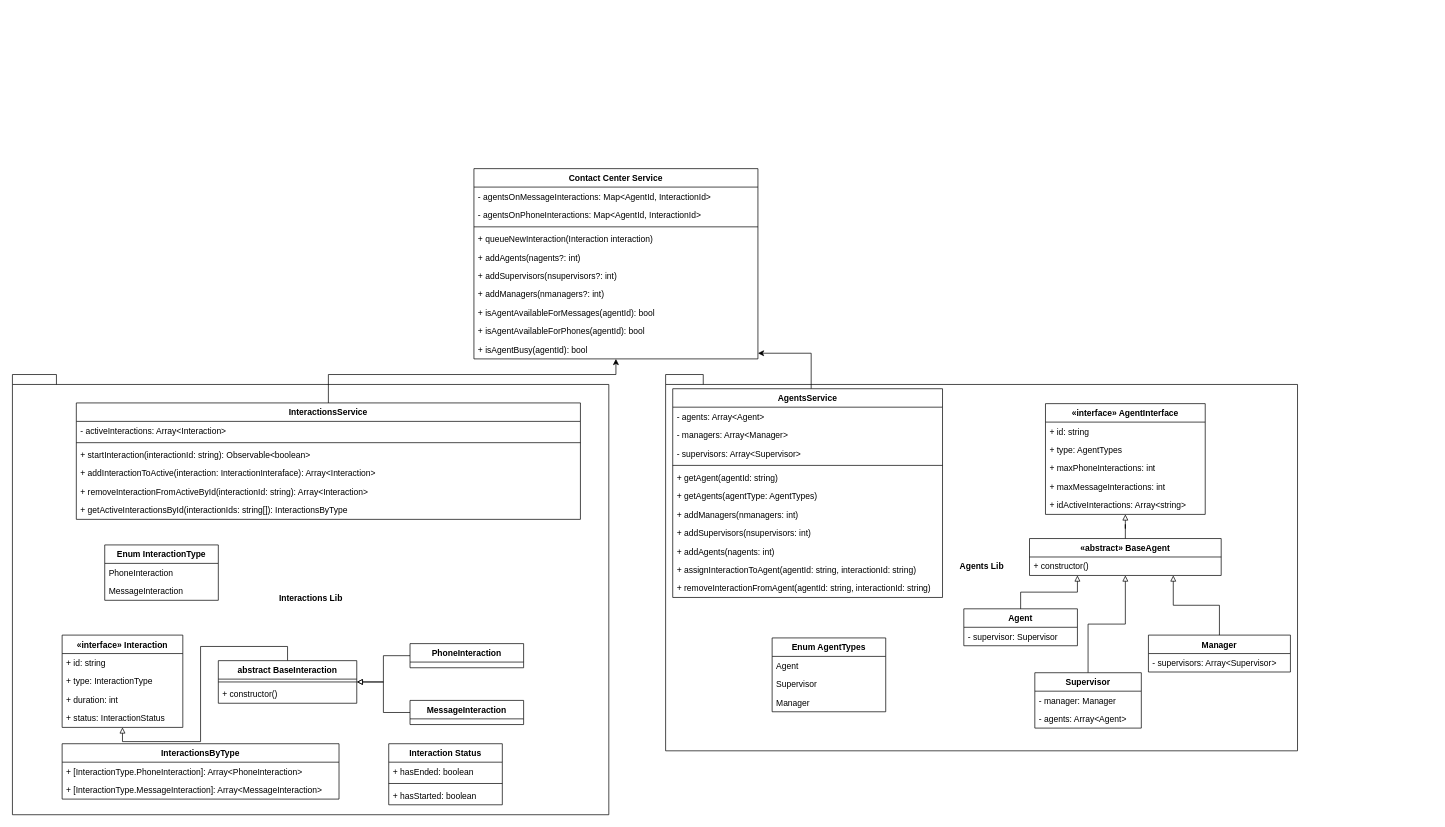
Earlier version of the draw.io diagram page "Classes" (1 of 2) of Vonage-Challenge.drawio (dvelluto/vonage-challenge). Source tidied: cells renumbered, new cells numbered last; positions are measured from the earlier drawing's top-left corner, leaving out a move shared by most shapes. Both pictures are drawn from the tidied source at 71%, with x=0, y=0 at pixel (12, 168).
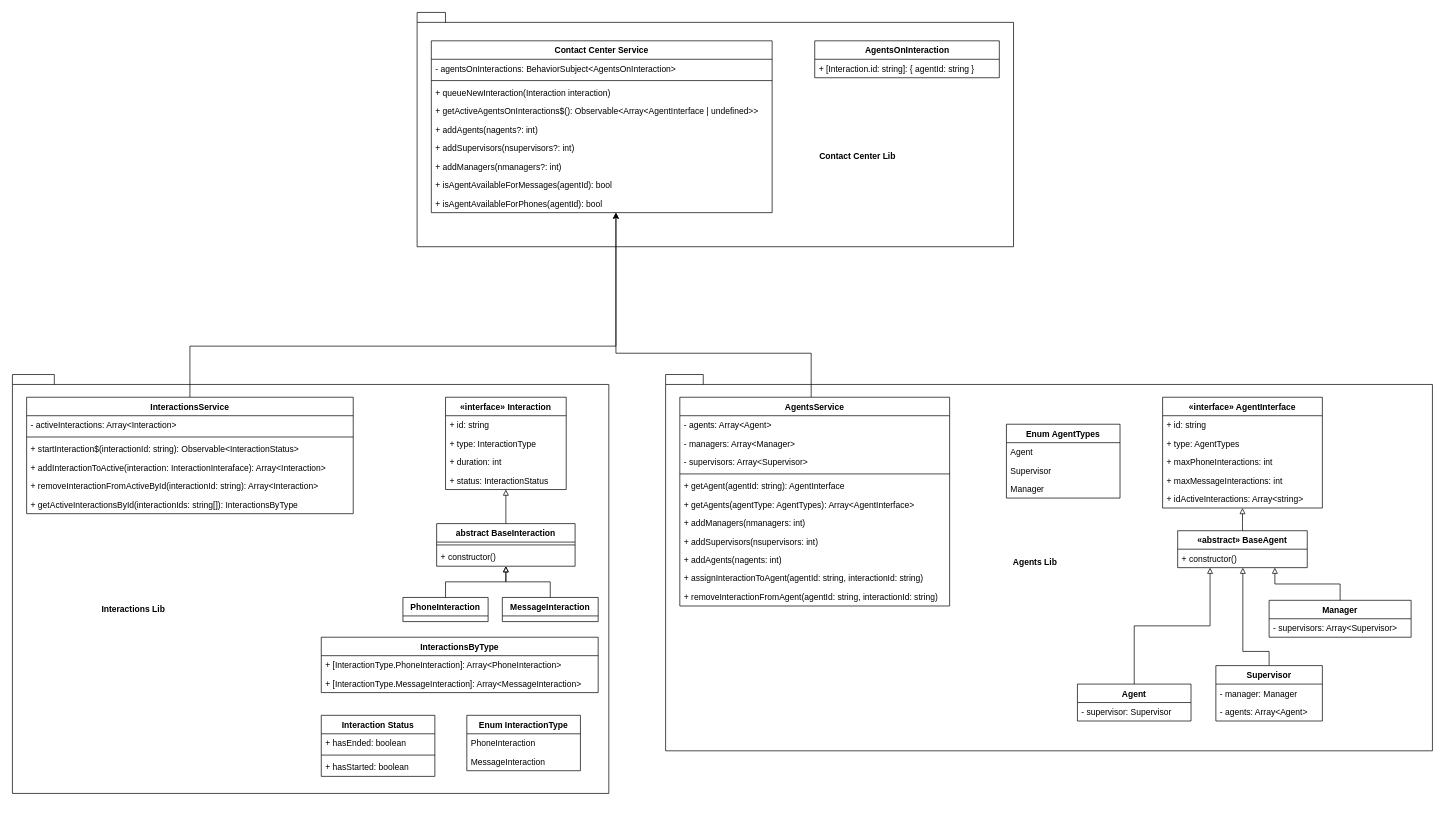
The same page after the edit.

Commit message (it also covers changes not shown here):
11#: fix dependency injection issue with services and modules, fix subscription tests, clean up diagram

Diff of the diagram source:
```diff
@@
+    <mxCell id="82" style="shape=folder;fontStyle=1;spacingTop=10;tabWidth=40;tabHeight=14;tabPosition=left;html=1;" parent="1" vertex="1">
+      <mxGeometry x="570" y="-220" width="840" height="330" as="geometry" />
+    </mxCell>
-    <mxCell id="2" value="Agents Lib" style="shape=folder;fontStyle=1;spacingTop=10;tabWidth=40;tabHeight=14;tabPosition=left;html=1;" parent="1" vertex="1">
-      <mxGeometry x="920" y="290" width="890" height="530" as="geometry" />
+    <mxCell id="2" style="shape=folder;fontStyle=1;spacingTop=10;tabWidth=40;tabHeight=14;tabPosition=left;html=1;" parent="1" vertex="1">
+      <mxGeometry x="920" y="290" width="1080" height="530" as="geometry" />
     </mxCell>
-    <mxCell id="3" value="Interactions Lib" style="shape=folder;fontStyle=1;spacingTop=10;tabWidth=40;tabHeight=14;tabPosition=left;html=1;" parent="1" vertex="1">
-      <mxGeometry y="290" width="840" height="620" as="geometry" />
+    <mxCell id="3" style="shape=folder;fontStyle=1;spacingTop=10;tabWidth=40;tabHeight=14;tabPosition=left;html=1;" parent="1" vertex="1">
+      <mxGeometry y="290" width="840" height="590" as="geometry" />
     </mxCell>
@@
     <mxCell id="5" value="MessageInteraction" style="swimlane;fontStyle=1;align=center;verticalAlign=top;horizontal=1;startSize=26;" parent="1" vertex="1">
-      <mxGeometry x="560" y="749" width="160" height="34" as="geometry" />
+      <mxGeometry x="690" y="604" width="135" height="34" as="geometry" />
     </mxCell>
@@
     <mxCell id="7" value="PhoneInteraction" style="swimlane;fontStyle=1;align=center;verticalAlign=top;horizontal=1;startSize=26;" parent="1" vertex="1">
-      <mxGeometry x="560" y="669" width="160" height="34" as="geometry" />
+      <mxGeometry x="550" y="604" width="120" height="34" as="geometry" />
     </mxCell>
     <mxCell id="8" value="Agent" style="swimlane;fontStyle=1;align=center;verticalAlign=top;horizontal=1;startSize=26;" parent="1" vertex="1">
-      <mxGeometry x="1340" y="620" width="160" height="52" as="geometry" />
+      <mxGeometry x="1500" y="726" width="160" height="52" as="geometry" />
     </mxCell>
@@
-    <mxCell id="10" style="edgeStyle=orthogonalEdgeStyle;rounded=0;jettySize=auto;html=1;exitX=0.5;exitY=0;exitDx=0;exitDy=0;startArrow=none;startFill=0;endArrow=block;endFill=0;" parent="1" edge="1" source="11" target="18">
-      <mxGeometry relative="1" as="geometry" />
+    <mxCell id="10" style="edgeStyle=orthogonalEdgeStyle;rounded=0;jettySize=auto;html=1;exitX=0.5;exitY=0;exitDx=0;exitDy=0;endArrow=block;endFill=0;" parent="1" edge="1" source="11" target="18">
+      <mxGeometry relative="1" as="geometry">
+        <Array as="points">
+          <mxPoint x="1770" y="680" />
+          <mxPoint x="1733" y="680" />
+        </Array>
+      </mxGeometry>
     </mxCell>
     <mxCell id="11" value="Supervisor" style="swimlane;fontStyle=1;align=center;verticalAlign=top;horizontal=1;startSize=26;" parent="1" vertex="1">
-      <mxGeometry x="1440" y="710" width="150" height="78" as="geometry" />
+      <mxGeometry x="1695" y="700" width="150" height="78" as="geometry" />
     </mxCell>
@@
     <mxCell id="14" value="Manager" style="swimlane;fontStyle=1;align=center;verticalAlign=top;horizontal=1;startSize=26;" parent="1" vertex="1">
-      <mxGeometry x="1600" y="657" width="200" height="52" as="geometry" />
+      <mxGeometry x="1770" y="608" width="200" height="52" as="geometry" />
     </mxCell>
@@
     <mxCell id="18" value="«abstract» BaseAgent" style="swimlane;fontStyle=1;align=center;verticalAlign=top;horizontal=1;startSize=26;" parent="1" vertex="1">
-      <mxGeometry x="1432.5" y="521" width="270" height="52" as="geometry" />
+      <mxGeometry x="1641.2" y="510" width="182.5" height="52" as="geometry" />
     </mxCell>
     <mxCell id="19" value="+ constructor()" style="text;strokeColor=none;fillColor=none;align=left;verticalAlign=top;spacingLeft=4;spacingRight=4;overflow=hidden;" parent="18" vertex="1">
-      <mxGeometry y="26" width="270" height="26" as="geometry" />
+      <mxGeometry y="26" width="182.5" height="26" as="geometry" />
     </mxCell>
@@
     <mxCell id="21" value="«interface» Interaction" style="swimlane;fontStyle=1;align=center;verticalAlign=top;horizontal=1;startSize=26;" parent="1" vertex="1">
-      <mxGeometry x="70" y="657" width="170" height="130" as="geometry" />
+      <mxGeometry x="610" y="322" width="170" height="130" as="geometry" />
     </mxCell>
@@
     <mxCell id="26" value="Contact Center Service" style="swimlane;fontStyle=1;align=center;verticalAlign=top;horizontal=1;startSize=26;" parent="1" vertex="1">
-      <mxGeometry x="650" width="400" height="268" as="geometry" />
+      <mxGeometry x="590" y="-180" width="480" height="242" as="geometry" />
     </mxCell>
-    <mxCell id="27" value="- agentsOnMessageInteractions: Map&lt;AgentId, InteractionId&gt;" style="text;strokeColor=none;fillColor=none;align=left;verticalAlign=top;spacingLeft=4;spacingRight=4;overflow=hidden;" parent="26" vertex="1">
-      <mxGeometry y="26" width="400" height="26" as="geometry" />
+    <mxCell id="27" value="- agentsOnInteractions: BehaviorSubject&lt;AgentsOnInteraction&gt;" style="text;strokeColor=none;fillColor=none;align=left;verticalAlign=top;spacingLeft=4;spacingRight=4;overflow=hidden;" parent="26" vertex="1">
+      <mxGeometry y="26" width="480" height="26" as="geometry" />
     </mxCell>
-    <mxCell id="28" value="- agentsOnPhoneInteractions: Map&lt;AgentId, InteractionId&gt;" style="text;strokeColor=none;fillColor=none;align=left;verticalAlign=top;spacingLeft=4;spacingRight=4;overflow=hidden;" parent="26" vertex="1">
-      <mxGeometry y="52" width="400" height="26" as="geometry" />
-    </mxCell>
     <mxCell id="29" style="line;strokeWidth=1;fillColor=none;align=left;verticalAlign=middle;spacingTop=-1;spacingLeft=3;spacingRight=3;labelPosition=right;" parent="26" vertex="1">
-      <mxGeometry y="78" width="400" height="8" as="geometry" />
+      <mxGeometry y="52" width="480" height="8" as="geometry" />
     </mxCell>
     <mxCell id="30" value="+ queueNewInteraction(Interaction interaction)" style="text;strokeColor=none;fillColor=none;align=left;verticalAlign=top;spacingLeft=4;spacingRight=4;overflow=hidden;" parent="26" vertex="1">
-      <mxGeometry y="86" width="400" height="26" as="geometry" />
+      <mxGeometry y="60" width="480" height="26" as="geometry" />
     </mxCell>
+    <mxCell id="83" value="+ getActiveAgentsOnInteractions$(): Observable&amp;lt;Array&amp;lt;AgentInterface | undefined&amp;gt;&amp;gt;" style="text;strokeColor=none;fillColor=none;align=left;verticalAlign=top;spacingLeft=4;spacingRight=4;overflow=hidden;html=1;" parent="26" vertex="1">
+      <mxGeometry y="86" width="480" height="26" as="geometry" />
+    </mxCell>
     <mxCell id="31" value="+ addAgents(nagents?: int)" style="text;strokeColor=none;fillColor=none;align=left;verticalAlign=top;spacingLeft=4;spacingRight=4;overflow=hidden;" parent="26" vertex="1">
-      <mxGeometry y="112" width="400" height="26" as="geometry" />
+      <mxGeometry y="112" width="480" height="26" as="geometry" />
     </mxCell>
     <mxCell id="32" value="+ addSupervisors(nsupervisors?: int)" style="text;strokeColor=none;fillColor=none;align=left;verticalAlign=top;spacingLeft=4;spacingRight=4;overflow=hidden;" parent="26" vertex="1">
-      <mxGeometry y="138" width="400" height="26" as="geometry" />
+      <mxGeometry y="138" width="480" height="26" as="geometry" />
     </mxCell>
     <mxCell id="33" value="+ addManagers(nmanagers?: int)" style="text;strokeColor=none;fillColor=none;align=left;verticalAlign=top;spacingLeft=4;spacingRight=4;overflow=hidden;" parent="26" vertex="1">
-      <mxGeometry y="164" width="400" height="26" as="geometry" />
+      <mxGeometry y="164" width="480" height="26" as="geometry" />
     </mxCell>
     <mxCell id="34" value="+ isAgentAvailableForMessages(agentId): bool" style="text;strokeColor=none;fillColor=none;align=left;verticalAlign=top;spacingLeft=4;spacingRight=4;overflow=hidden;" parent="26" vertex="1">
-      <mxGeometry y="190" width="400" height="26" as="geometry" />
+      <mxGeometry y="190" width="480" height="26" as="geometry" />
     </mxCell>
     <mxCell id="35" value="+ isAgentAvailableForPhones(agentId): bool" style="text;strokeColor=none;fillColor=none;align=left;verticalAlign=top;spacingLeft=4;spacingRight=4;overflow=hidden;" parent="26" vertex="1">
-      <mxGeometry y="216" width="400" height="26" as="geometry" />
+      <mxGeometry y="216" width="480" height="26" as="geometry" />
     </mxCell>
-    <mxCell id="36" value="+ isAgentBusy(agentId): bool" style="text;strokeColor=none;fillColor=none;align=left;verticalAlign=top;spacingLeft=4;spacingRight=4;overflow=hidden;" parent="26" vertex="1">
-      <mxGeometry y="242" width="400" height="26" as="geometry" />
-    </mxCell>
     <mxCell id="37" value="abstract BaseInteraction" style="swimlane;fontStyle=1;align=center;verticalAlign=top;horizontal=1;startSize=26;" parent="1" vertex="1">
-      <mxGeometry x="290" y="693" width="195" height="60" as="geometry" />
+      <mxGeometry x="597.5" y="500" width="195" height="60" as="geometry" />
     </mxCell>
@@
     <mxCell id="41" value="«interface» AgentInterface" style="swimlane;fontStyle=1;align=center;verticalAlign=top;horizontal=1;startSize=26;" parent="1" vertex="1">
-      <mxGeometry x="1455" y="331" width="225" height="156" as="geometry" />
+      <mxGeometry x="1620" y="322" width="225" height="156" as="geometry" />
     </mxCell>
@@
     <mxCell id="48" value="AgentsService" style="swimlane;fontStyle=1;align=center;verticalAlign=top;horizontal=1;startSize=26;" parent="1" vertex="1">
-      <mxGeometry x="930" y="310" width="380" height="294" as="geometry" />
+      <mxGeometry x="940" y="322" width="380" height="294" as="geometry" />
     </mxCell>
@@
-    <mxCell id="53" value="+ getAgent(agentId: string)" style="text;strokeColor=none;fillColor=none;align=left;verticalAlign=top;spacingLeft=4;spacingRight=4;overflow=hidden;" parent="48" vertex="1">
+    <mxCell id="53" value="+ getAgent(agentId: string): AgentInterface" style="text;strokeColor=none;fillColor=none;align=left;verticalAlign=top;spacingLeft=4;spacingRight=4;overflow=hidden;" parent="48" vertex="1">
       <mxGeometry y="112" width="380" height="26" as="geometry" />
     </mxCell>
-    <mxCell id="54" value="+ getAgents(agentType: AgentTypes)" style="text;strokeColor=none;fillColor=none;align=left;verticalAlign=top;spacingLeft=4;spacingRight=4;overflow=hidden;" parent="48" vertex="1">
+    <mxCell id="54" value="+ getAgents(agentType: AgentTypes): Array&lt;AgentInterface&gt;" style="text;strokeColor=none;fillColor=none;align=left;verticalAlign=top;spacingLeft=4;spacingRight=4;overflow=hidden;" parent="48" vertex="1">
       <mxGeometry y="138" width="380" height="26" as="geometry" />
     </mxCell>
@@
     <mxCell id="60" style="edgeStyle=orthogonalEdgeStyle;rounded=0;jettySize=auto;html=1;exitX=0.5;exitY=0;exitDx=0;exitDy=0;" parent="1" edge="1" source="61" target="26">
       <mxGeometry relative="1" as="geometry">
         <Array as="points">
-          <mxPoint x="445" y="290" />
-          <mxPoint x="850" y="290" />
+          <mxPoint x="250" y="250" />
+          <mxPoint x="850" y="250" />
         </Array>
       </mxGeometry>
     </mxCell>
     <mxCell id="61" value="InteractionsService" style="swimlane;fontStyle=1;align=center;verticalAlign=top;horizontal=1;startSize=26;" parent="1" vertex="1">
-      <mxGeometry x="90" y="330" width="710" height="164" as="geometry" />
+      <mxGeometry x="20" y="322" width="460" height="164" as="geometry" />
     </mxCell>
     <mxCell id="62" value="- activeInteractions: Array&lt;Interaction&gt;" style="text;strokeColor=none;fillColor=none;align=left;verticalAlign=top;spacingLeft=4;spacingRight=4;overflow=hidden;" parent="61" vertex="1">
-      <mxGeometry y="26" width="710" height="26" as="geometry" />
+      <mxGeometry y="26" width="460" height="26" as="geometry" />
     </mxCell>
     <mxCell id="63" style="line;strokeWidth=1;fillColor=none;align=left;verticalAlign=middle;spacingTop=-1;spacingLeft=3;spacingRight=3;labelPosition=right;" parent="61" vertex="1">
-      <mxGeometry y="52" width="710" height="8" as="geometry" />
+      <mxGeometry y="52" width="460" height="8" as="geometry" />
     </mxCell>
-    <mxCell id="64" value="+ startInteraction(interactionId: string): Observable&lt;boolean&gt;" style="text;strokeColor=none;fillColor=none;align=left;verticalAlign=top;spacingLeft=4;spacingRight=4;overflow=hidden;" parent="61" vertex="1">
-      <mxGeometry y="60" width="710" height="26" as="geometry" />
+    <mxCell id="64" value="+ startInteraction$(interactionId: string): Observable&lt;InteractionStatus&gt;" style="text;strokeColor=none;fillColor=none;align=left;verticalAlign=top;spacingLeft=4;spacingRight=4;overflow=hidden;" parent="61" vertex="1">
+      <mxGeometry y="60" width="460" height="26" as="geometry" />
     </mxCell>
     <mxCell id="65" value="+ addInteractionToActive(interaction: InteractionInteraface): Array&lt;Interaction&gt;" style="text;strokeColor=none;fillColor=none;align=left;verticalAlign=top;spacingLeft=4;spacingRight=4;overflow=hidden;" parent="61" vertex="1">
-      <mxGeometry y="86" width="710" height="26" as="geometry" />
+      <mxGeometry y="86" width="460" height="26" as="geometry" />
     </mxCell>
     <mxCell id="66" value="+ removeInteractionFromActiveById(interactionId: string): Array&lt;Interaction&gt;" style="text;strokeColor=none;fillColor=none;align=left;verticalAlign=top;spacingLeft=4;spacingRight=4;overflow=hidden;" parent="61" vertex="1">
-      <mxGeometry y="112" width="710" height="26" as="geometry" />
+      <mxGeometry y="112" width="460" height="26" as="geometry" />
     </mxCell>
     <mxCell id="67" value="+ getActiveInteractionsById(interactionIds: string[]): InteractionsByType" style="text;strokeColor=none;fillColor=none;align=left;verticalAlign=top;spacingLeft=4;spacingRight=4;overflow=hidden;" parent="61" vertex="1">
-      <mxGeometry y="138" width="710" height="26" as="geometry" />
+      <mxGeometry y="138" width="460" height="26" as="geometry" />
     </mxCell>
     <mxCell id="68" value="Enum AgentTypes" style="swimlane;fontStyle=1;align=center;verticalAlign=top;horizontal=1;startSize=26;" parent="1" vertex="1">
-      <mxGeometry x="1070" y="661" width="160" height="104" as="geometry" />
+      <mxGeometry x="1400" y="360" width="160" height="104" as="geometry" />
     </mxCell>
@@
     <mxCell id="72" value="Enum InteractionType" style="swimlane;fontStyle=1;align=center;verticalAlign=top;horizontal=1;startSize=26;" parent="1" vertex="1">
-      <mxGeometry x="130" y="530" width="160" height="78" as="geometry" />
+      <mxGeometry x="640" y="770" width="160" height="78" as="geometry" />
     </mxCell>
@@
     <mxCell id="75" value="InteractionsByType" style="swimlane;fontStyle=1;align=center;verticalAlign=top;horizontal=1;startSize=26;" parent="1" vertex="1">
-      <mxGeometry x="70" y="810" width="390" height="78" as="geometry" />
+      <mxGeometry x="435" y="660" width="390" height="78" as="geometry" />
     </mxCell>
@@
     <mxCell id="78" value="Interaction Status" style="swimlane;fontStyle=1;align=center;verticalAlign=top;horizontal=1;startSize=26;" parent="1" vertex="1">
-      <mxGeometry x="530" y="810" width="160" height="86" as="geometry" />
+      <mxGeometry x="435" y="770" width="160" height="86" as="geometry" />
     </mxCell>
@@
+    <mxCell id="84" value="AgentsOnInteraction" style="swimlane;fontStyle=1;align=center;verticalAlign=top;horizontal=1;startSize=26;html=1;" parent="1" vertex="1">
+      <mxGeometry x="1130" y="-180" width="260" height="52" as="geometry" />
+    </mxCell>
+    <mxCell id="85" value="+ [Interaction.id: string]: { agentId: string }" style="text;strokeColor=none;fillColor=none;align=left;verticalAlign=top;spacingLeft=4;spacingRight=4;overflow=hidden;" parent="84" vertex="1">
+      <mxGeometry y="26" width="260" height="26" as="geometry" />
+    </mxCell>
+    <mxCell id="86" value="Contact Center Lib" style="text;align=center;fontStyle=1;verticalAlign=middle;spacingLeft=3;spacingRight=3;strokeColor=none;html=1;" parent="1" vertex="1">
+      <mxGeometry x="1150" y="-30" width="80" height="26" as="geometry" />
+    </mxCell>
+    <mxCell id="87" value="Interactions Lib" style="text;align=center;fontStyle=1;verticalAlign=middle;spacingLeft=3;spacingRight=3;strokeColor=none;html=1;" parent="1" vertex="1">
+      <mxGeometry x="130" y="608" width="80" height="26" as="geometry" />
+    </mxCell>
+    <mxCell id="88" value="Agents Lib" style="text;align=center;fontStyle=1;verticalAlign=middle;spacingLeft=3;spacingRight=3;strokeColor=none;html=1;" parent="1" vertex="1">
+      <mxGeometry x="1400" y="542" width="80" height="26" as="geometry" />
+    </mxCell>
```
